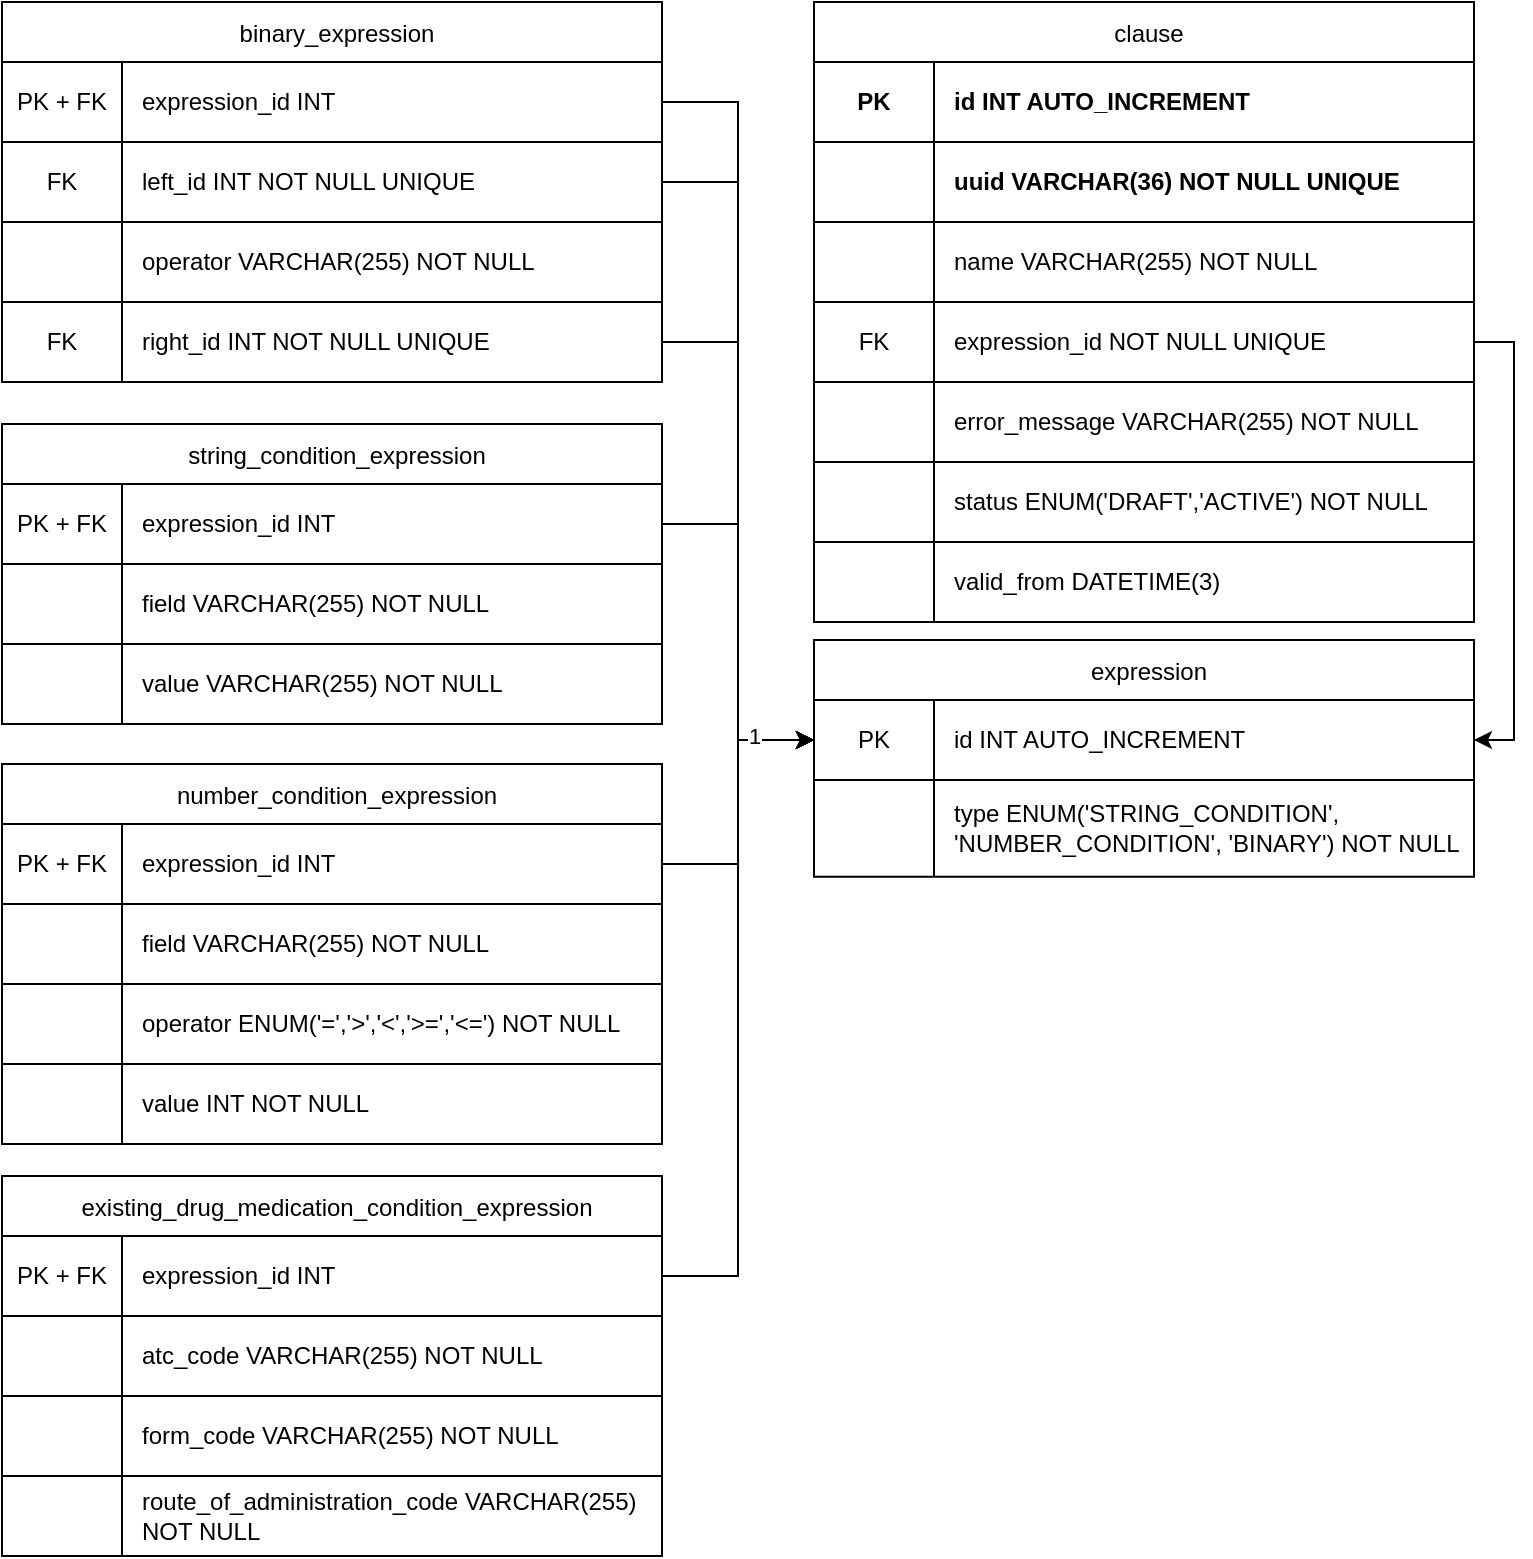
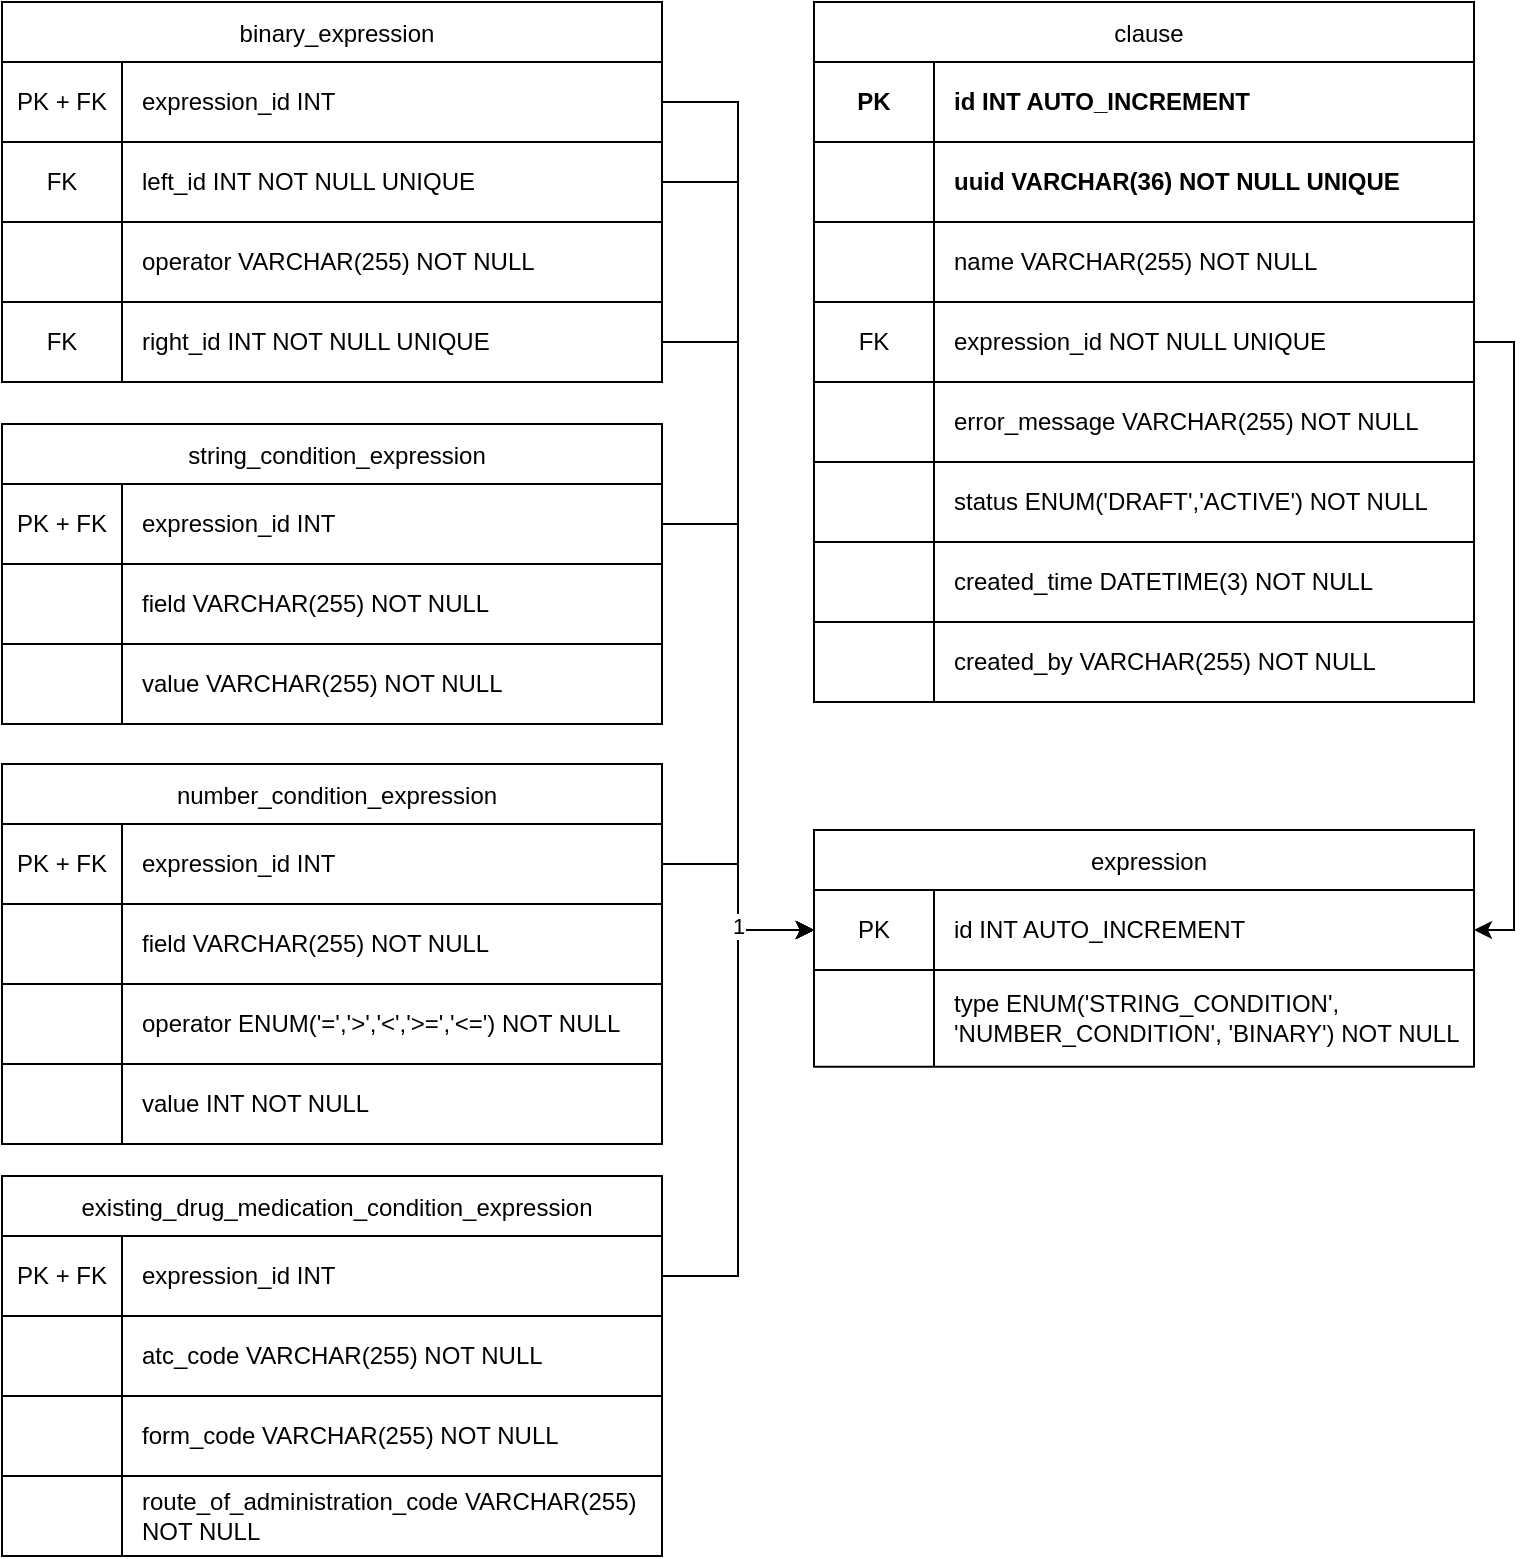
- <mxfile host="app.diagrams.net" agent="Mozilla/5.0 (X11; Linux x86_64) AppleWebKit/537.36 (KHTML, like Gecko) Chrome/143.0.0.0 Safari/537.36" version="29.2.3">
+ <mxfile host="app.diagrams.net" agent="Mozilla/5.0 (X11; Linux x86_64) AppleWebKit/537.36 (KHTML, like Gecko) Chrome/143.0.0.0 Safari/537.36">
  <diagram id="7F_64sF0arUiTO5O4h54" name="Page-1">
-     <mxGraphModel dx="2208" dy="1979" grid="1" gridSize="10" guides="1" tooltips="1" connect="1" arrows="1" fold="1" page="1" pageScale="1" pageWidth="850" pageHeight="1100" math="0" shadow="0">
+     <mxGraphModel dx="2267" dy="1899" grid="1" gridSize="10" guides="1" tooltips="1" connect="1" arrows="1" fold="1" page="1" pageScale="1" pageWidth="850" pageHeight="1100" math="0" shadow="0">
      <root>
        <mxCell id="0" />
        <mxCell id="1" parent="0" />
        <mxCell id="EGyKORMKwPyjAdOsHuXO-1" edge="1" parent="1" source="EGyKORMKwPyjAdOsHuXO-66" style="edgeStyle=orthogonalEdgeStyle;rounded=0;orthogonalLoop=1;jettySize=auto;html=1;entryX=0;entryY=0.5;entryDx=0;entryDy=0;exitX=1;exitY=0.5;exitDx=0;exitDy=0;" target="EGyKORMKwPyjAdOsHuXO-46">
          <mxGeometry relative="1" as="geometry">
            <mxPoint x="-14" y="-173" as="sourcePoint" />
            <mxPoint x="62" y="38" as="targetPoint" />
          </mxGeometry>
        </mxCell>
        <mxCell id="EGyKORMKwPyjAdOsHuXO-2" edge="1" parent="1" source="EGyKORMKwPyjAdOsHuXO-53" style="edgeStyle=orthogonalEdgeStyle;rounded=0;orthogonalLoop=1;jettySize=auto;html=1;exitX=1;exitY=0.5;exitDx=0;exitDy=0;entryX=0;entryY=0.5;entryDx=0;entryDy=0;" target="EGyKORMKwPyjAdOsHuXO-46">
          <mxGeometry relative="1" as="geometry">
            <mxPoint x="-193" y="31" as="sourcePoint" />
            <mxPoint x="-103" y="101" as="targetPoint" />
          </mxGeometry>
        </mxCell>
        <mxCell id="EGyKORMKwPyjAdOsHuXO-3" parent="1" style="shape=table;startSize=30;container=1;collapsible=0;childLayout=tableLayout;spacingLeft=5;" value="clause" vertex="1">
-           <mxGeometry height="310" width="330" x="-134" y="-270" as="geometry" />
+           <mxGeometry height="350" width="330" x="-134" y="-270" as="geometry" />
        </mxCell>
        <mxCell id="EGyKORMKwPyjAdOsHuXO-4" parent="EGyKORMKwPyjAdOsHuXO-3" style="shape=tableRow;horizontal=0;startSize=0;swimlaneHead=0;swimlaneBody=0;strokeColor=inherit;top=0;left=0;bottom=0;right=0;collapsible=0;dropTarget=0;fillColor=none;points=[[0,0.5],[1,0.5]];portConstraint=eastwest;fontStyle=1" value="" vertex="1">
          <mxGeometry height="40" width="330" y="30" as="geometry" />
        </mxCell>
        <mxCell id="EGyKORMKwPyjAdOsHuXO-5" parent="EGyKORMKwPyjAdOsHuXO-4" style="shape=partialRectangle;html=1;whiteSpace=wrap;connectable=0;strokeColor=inherit;overflow=hidden;fillColor=none;top=0;left=0;bottom=0;right=0;pointerEvents=1;fontStyle=1" value="PK" vertex="1">
          <mxGeometry height="40" width="60" as="geometry">
            <mxRectangle height="40" width="60" as="alternateBounds" />
          </mxGeometry>
        </mxCell>
        <mxCell id="EGyKORMKwPyjAdOsHuXO-6" parent="EGyKORMKwPyjAdOsHuXO-4" style="shape=partialRectangle;html=1;whiteSpace=wrap;connectable=0;strokeColor=inherit;overflow=hidden;fillColor=none;top=0;left=0;bottom=0;right=0;pointerEvents=1;align=left;spacingLeft=8;fontStyle=1" value="id INT AUTO_INCREMENT" vertex="1">
          <mxGeometry height="40" width="270" x="60" as="geometry">
            <mxRectangle height="40" width="270" as="alternateBounds" />
          </mxGeometry>
        </mxCell>
        <mxCell id="EGyKORMKwPyjAdOsHuXO-7" parent="EGyKORMKwPyjAdOsHuXO-3" style="shape=tableRow;horizontal=0;startSize=0;swimlaneHead=0;swimlaneBody=0;strokeColor=inherit;top=0;left=0;bottom=0;right=0;collapsible=0;dropTarget=0;fillColor=none;points=[[0,0.5],[1,0.5]];portConstraint=eastwest;fontStyle=1" value="" vertex="1">
          <mxGeometry height="40" width="330" y="70" as="geometry" />
        </mxCell>
        <mxCell id="EGyKORMKwPyjAdOsHuXO-8" parent="EGyKORMKwPyjAdOsHuXO-7" style="shape=partialRectangle;html=1;whiteSpace=wrap;connectable=0;strokeColor=inherit;overflow=hidden;fillColor=none;top=0;left=0;bottom=0;right=0;pointerEvents=1;fontStyle=1" value="" vertex="1">
          <mxGeometry height="40" width="60" as="geometry">
            <mxRectangle height="40" width="60" as="alternateBounds" />
          </mxGeometry>
        </mxCell>
        <mxCell id="EGyKORMKwPyjAdOsHuXO-9" parent="EGyKORMKwPyjAdOsHuXO-7" style="shape=partialRectangle;html=1;whiteSpace=wrap;connectable=0;strokeColor=inherit;overflow=hidden;fillColor=none;top=0;left=0;bottom=0;right=0;pointerEvents=1;align=left;spacingLeft=8;fontStyle=1" value="uuid VARCHAR(36) NOT NULL UNIQUE" vertex="1">
          <mxGeometry height="40" width="270" x="60" as="geometry">
            <mxRectangle height="40" width="270" as="alternateBounds" />
          </mxGeometry>
        </mxCell>
        <mxCell id="EGyKORMKwPyjAdOsHuXO-10" parent="EGyKORMKwPyjAdOsHuXO-3" style="shape=tableRow;horizontal=0;startSize=0;swimlaneHead=0;swimlaneBody=0;strokeColor=inherit;top=0;left=0;bottom=0;right=0;collapsible=0;dropTarget=0;fillColor=none;points=[[0,0.5],[1,0.5]];portConstraint=eastwest;" value="" vertex="1">
          <mxGeometry height="40" width="330" y="110" as="geometry" />
        </mxCell>
        <mxCell id="EGyKORMKwPyjAdOsHuXO-11" parent="EGyKORMKwPyjAdOsHuXO-10" style="shape=partialRectangle;html=1;whiteSpace=wrap;connectable=0;strokeColor=inherit;overflow=hidden;fillColor=none;top=0;left=0;bottom=0;right=0;pointerEvents=1;" value="" vertex="1">
          <mxGeometry height="40" width="60" as="geometry">
            <mxRectangle height="40" width="60" as="alternateBounds" />
          </mxGeometry>
        </mxCell>
        <mxCell id="EGyKORMKwPyjAdOsHuXO-12" parent="EGyKORMKwPyjAdOsHuXO-10" style="shape=partialRectangle;html=1;whiteSpace=wrap;connectable=0;strokeColor=inherit;overflow=hidden;fillColor=none;top=0;left=0;bottom=0;right=0;pointerEvents=1;align=left;spacingLeft=8;" value="name VARCHAR(255) NOT NULL" vertex="1">
          <mxGeometry height="40" width="270" x="60" as="geometry">
            <mxRectangle height="40" width="270" as="alternateBounds" />
          </mxGeometry>
        </mxCell>
        <mxCell id="EGyKORMKwPyjAdOsHuXO-13" parent="EGyKORMKwPyjAdOsHuXO-3" style="shape=tableRow;horizontal=0;startSize=0;swimlaneHead=0;swimlaneBody=0;strokeColor=inherit;top=0;left=0;bottom=0;right=0;collapsible=0;dropTarget=0;fillColor=none;points=[[0,0.5],[1,0.5]];portConstraint=eastwest;" vertex="1">
          <mxGeometry height="40" width="330" y="150" as="geometry" />
        </mxCell>
        <mxCell id="EGyKORMKwPyjAdOsHuXO-14" parent="EGyKORMKwPyjAdOsHuXO-13" style="shape=partialRectangle;html=1;whiteSpace=wrap;connectable=0;strokeColor=inherit;overflow=hidden;fillColor=none;top=0;left=0;bottom=0;right=0;pointerEvents=1;" value="FK" vertex="1">
          <mxGeometry height="40" width="60" as="geometry">
            <mxRectangle height="40" width="60" as="alternateBounds" />
          </mxGeometry>
        </mxCell>
        <mxCell id="EGyKORMKwPyjAdOsHuXO-15" parent="EGyKORMKwPyjAdOsHuXO-13" style="shape=partialRectangle;html=1;whiteSpace=wrap;connectable=0;strokeColor=inherit;overflow=hidden;fillColor=none;top=0;left=0;bottom=0;right=0;pointerEvents=1;align=left;spacingLeft=8;" value="expression_id NOT NULL UNIQUE&amp;nbsp;" vertex="1">
          <mxGeometry height="40" width="270" x="60" as="geometry">
            <mxRectangle height="40" width="270" as="alternateBounds" />
          </mxGeometry>
        </mxCell>
        <mxCell id="EGyKORMKwPyjAdOsHuXO-96" parent="EGyKORMKwPyjAdOsHuXO-3" style="shape=tableRow;horizontal=0;startSize=0;swimlaneHead=0;swimlaneBody=0;strokeColor=inherit;top=0;left=0;bottom=0;right=0;collapsible=0;dropTarget=0;fillColor=none;points=[[0,0.5],[1,0.5]];portConstraint=eastwest;" vertex="1">
          <mxGeometry height="40" width="330" y="190" as="geometry" />
        </mxCell>
        <mxCell id="EGyKORMKwPyjAdOsHuXO-97" parent="EGyKORMKwPyjAdOsHuXO-96" style="shape=partialRectangle;html=1;whiteSpace=wrap;connectable=0;strokeColor=inherit;overflow=hidden;fillColor=none;top=0;left=0;bottom=0;right=0;pointerEvents=1;" vertex="1">
          <mxGeometry height="40" width="60" as="geometry">
            <mxRectangle height="40" width="60" as="alternateBounds" />
          </mxGeometry>
        </mxCell>
        <mxCell id="EGyKORMKwPyjAdOsHuXO-98" parent="EGyKORMKwPyjAdOsHuXO-96" style="shape=partialRectangle;html=1;whiteSpace=wrap;connectable=0;strokeColor=inherit;overflow=hidden;fillColor=none;top=0;left=0;bottom=0;right=0;pointerEvents=1;align=left;spacingLeft=8;" value="error_message&amp;nbsp;VARCHAR(255) NOT NULL" vertex="1">
          <mxGeometry height="40" width="270" x="60" as="geometry">
            <mxRectangle height="40" width="270" as="alternateBounds" />
          </mxGeometry>
        </mxCell>
        <mxCell id="CnXexQU7FZI1wyA6zS32-4" parent="EGyKORMKwPyjAdOsHuXO-3" style="shape=tableRow;horizontal=0;startSize=0;swimlaneHead=0;swimlaneBody=0;strokeColor=inherit;top=0;left=0;bottom=0;right=0;collapsible=0;dropTarget=0;fillColor=none;points=[[0,0.5],[1,0.5]];portConstraint=eastwest;" vertex="1">
          <mxGeometry height="40" width="330" y="230" as="geometry" />
        </mxCell>
        <mxCell id="CnXexQU7FZI1wyA6zS32-5" parent="CnXexQU7FZI1wyA6zS32-4" style="shape=partialRectangle;html=1;whiteSpace=wrap;connectable=0;strokeColor=inherit;overflow=hidden;fillColor=none;top=0;left=0;bottom=0;right=0;pointerEvents=1;" vertex="1">
          <mxGeometry height="40" width="60" as="geometry">
            <mxRectangle height="40" width="60" as="alternateBounds" />
          </mxGeometry>
        </mxCell>
        <mxCell id="CnXexQU7FZI1wyA6zS32-6" parent="CnXexQU7FZI1wyA6zS32-4" style="shape=partialRectangle;html=1;whiteSpace=wrap;connectable=0;strokeColor=inherit;overflow=hidden;fillColor=none;top=0;left=0;bottom=0;right=0;pointerEvents=1;align=left;spacingLeft=8;" value="status ENUM(&#39;DRAFT&#39;,&#39;ACTIVE&#39;) NOT NULL" vertex="1">
          <mxGeometry height="40" width="270" x="60" as="geometry">
            <mxRectangle height="40" width="270" as="alternateBounds" />
          </mxGeometry>
        </mxCell>
        <mxCell id="EGyKORMKwPyjAdOsHuXO-99" parent="EGyKORMKwPyjAdOsHuXO-3" style="shape=tableRow;horizontal=0;startSize=0;swimlaneHead=0;swimlaneBody=0;strokeColor=inherit;top=0;left=0;bottom=0;right=0;collapsible=0;dropTarget=0;fillColor=none;points=[[0,0.5],[1,0.5]];portConstraint=eastwest;" vertex="1">
          <mxGeometry height="40" width="330" y="270" as="geometry" />
        </mxCell>
        <mxCell id="EGyKORMKwPyjAdOsHuXO-100" parent="EGyKORMKwPyjAdOsHuXO-99" style="shape=partialRectangle;html=1;whiteSpace=wrap;connectable=0;strokeColor=inherit;overflow=hidden;fillColor=none;top=0;left=0;bottom=0;right=0;pointerEvents=1;" vertex="1">
          <mxGeometry height="40" width="60" as="geometry">
            <mxRectangle height="40" width="60" as="alternateBounds" />
          </mxGeometry>
        </mxCell>
-         <mxCell id="EGyKORMKwPyjAdOsHuXO-101" parent="EGyKORMKwPyjAdOsHuXO-99" style="shape=partialRectangle;html=1;whiteSpace=wrap;connectable=0;strokeColor=inherit;overflow=hidden;fillColor=none;top=0;left=0;bottom=0;right=0;pointerEvents=1;align=left;spacingLeft=8;" value="valid_from DATETIME(3)" vertex="1">
+         <mxCell id="EGyKORMKwPyjAdOsHuXO-101" parent="EGyKORMKwPyjAdOsHuXO-99" style="shape=partialRectangle;html=1;whiteSpace=wrap;connectable=0;strokeColor=inherit;overflow=hidden;fillColor=none;top=0;left=0;bottom=0;right=0;pointerEvents=1;align=left;spacingLeft=8;" value="created_time DATETIME(3) NOT NULL" vertex="1">
+           <mxGeometry height="40" width="270" x="60" as="geometry">
+             <mxRectangle height="40" width="270" as="alternateBounds" />
+           </mxGeometry>
+         </mxCell>
+         <mxCell id="7BgaM_Ljug1f4XgBz2B6-1" parent="EGyKORMKwPyjAdOsHuXO-3" style="shape=tableRow;horizontal=0;startSize=0;swimlaneHead=0;swimlaneBody=0;strokeColor=inherit;top=0;left=0;bottom=0;right=0;collapsible=0;dropTarget=0;fillColor=none;points=[[0,0.5],[1,0.5]];portConstraint=eastwest;" vertex="1">
+           <mxGeometry height="40" width="330" y="310" as="geometry" />
+         </mxCell>
+         <mxCell id="7BgaM_Ljug1f4XgBz2B6-2" parent="7BgaM_Ljug1f4XgBz2B6-1" style="shape=partialRectangle;html=1;whiteSpace=wrap;connectable=0;strokeColor=inherit;overflow=hidden;fillColor=none;top=0;left=0;bottom=0;right=0;pointerEvents=1;" vertex="1">
+           <mxGeometry height="40" width="60" as="geometry">
+             <mxRectangle height="40" width="60" as="alternateBounds" />
+           </mxGeometry>
+         </mxCell>
+         <mxCell id="7BgaM_Ljug1f4XgBz2B6-3" parent="7BgaM_Ljug1f4XgBz2B6-1" style="shape=partialRectangle;html=1;whiteSpace=wrap;connectable=0;strokeColor=inherit;overflow=hidden;fillColor=none;top=0;left=0;bottom=0;right=0;pointerEvents=1;align=left;spacingLeft=8;" value="created_by VARCHAR(255) NOT NULL" vertex="1">
          <mxGeometry height="40" width="270" x="60" as="geometry">
            <mxRectangle height="40" width="270" as="alternateBounds" />
          </mxGeometry>
        </mxCell>
        <mxCell id="EGyKORMKwPyjAdOsHuXO-16" parent="1" style="shape=table;startSize=30;container=1;collapsible=0;childLayout=tableLayout;spacingLeft=5;" value="string_condition_expression" vertex="1">
          <mxGeometry height="150" width="330" x="-540" y="-59" as="geometry" />
        </mxCell>
        <mxCell id="EGyKORMKwPyjAdOsHuXO-17" parent="EGyKORMKwPyjAdOsHuXO-16" style="shape=tableRow;horizontal=0;startSize=0;swimlaneHead=0;swimlaneBody=0;strokeColor=inherit;top=0;left=0;bottom=0;right=0;collapsible=0;dropTarget=0;fillColor=none;points=[[0,0.5],[1,0.5]];portConstraint=eastwest;" value="" vertex="1">
          <mxGeometry height="40" width="330" y="30" as="geometry" />
        </mxCell>
        <mxCell id="EGyKORMKwPyjAdOsHuXO-18" parent="EGyKORMKwPyjAdOsHuXO-17" style="shape=partialRectangle;html=1;whiteSpace=wrap;connectable=0;strokeColor=inherit;overflow=hidden;fillColor=none;top=0;left=0;bottom=0;right=0;pointerEvents=1;" value="PK + FK" vertex="1">
          <mxGeometry height="40" width="60" as="geometry">
            <mxRectangle height="40" width="60" as="alternateBounds" />
          </mxGeometry>
        </mxCell>
        <mxCell id="EGyKORMKwPyjAdOsHuXO-19" parent="EGyKORMKwPyjAdOsHuXO-17" style="shape=partialRectangle;html=1;whiteSpace=wrap;connectable=0;strokeColor=inherit;overflow=hidden;fillColor=none;top=0;left=0;bottom=0;right=0;pointerEvents=1;align=left;spacingLeft=8;" value="expression_id INT" vertex="1">
          <mxGeometry height="40" width="270" x="60" as="geometry">
            <mxRectangle height="40" width="270" as="alternateBounds" />
          </mxGeometry>
        </mxCell>
        <mxCell id="EGyKORMKwPyjAdOsHuXO-20" parent="EGyKORMKwPyjAdOsHuXO-16" style="shape=tableRow;horizontal=0;startSize=0;swimlaneHead=0;swimlaneBody=0;strokeColor=inherit;top=0;left=0;bottom=0;right=0;collapsible=0;dropTarget=0;fillColor=none;points=[[0,0.5],[1,0.5]];portConstraint=eastwest;" value="" vertex="1">
          <mxGeometry height="40" width="330" y="70" as="geometry" />
        </mxCell>
        <mxCell id="EGyKORMKwPyjAdOsHuXO-21" parent="EGyKORMKwPyjAdOsHuXO-20" style="shape=partialRectangle;html=1;whiteSpace=wrap;connectable=0;strokeColor=inherit;overflow=hidden;fillColor=none;top=0;left=0;bottom=0;right=0;pointerEvents=1;" value="" vertex="1">
          <mxGeometry height="40" width="60" as="geometry">
            <mxRectangle height="40" width="60" as="alternateBounds" />
          </mxGeometry>
        </mxCell>
        <mxCell id="EGyKORMKwPyjAdOsHuXO-22" parent="EGyKORMKwPyjAdOsHuXO-20" style="shape=partialRectangle;html=1;whiteSpace=wrap;connectable=0;strokeColor=inherit;overflow=hidden;fillColor=none;top=0;left=0;bottom=0;right=0;pointerEvents=1;align=left;spacingLeft=8;" value="field VARCHAR(255) NOT NULL" vertex="1">
          <mxGeometry height="40" width="270" x="60" as="geometry">
            <mxRectangle height="40" width="270" as="alternateBounds" />
          </mxGeometry>
        </mxCell>
        <mxCell id="EGyKORMKwPyjAdOsHuXO-23" parent="EGyKORMKwPyjAdOsHuXO-16" style="shape=tableRow;horizontal=0;startSize=0;swimlaneHead=0;swimlaneBody=0;strokeColor=inherit;top=0;left=0;bottom=0;right=0;collapsible=0;dropTarget=0;fillColor=none;points=[[0,0.5],[1,0.5]];portConstraint=eastwest;" value="" vertex="1">
          <mxGeometry height="40" width="330" y="110" as="geometry" />
        </mxCell>
        <mxCell id="EGyKORMKwPyjAdOsHuXO-24" parent="EGyKORMKwPyjAdOsHuXO-23" style="shape=partialRectangle;html=1;whiteSpace=wrap;connectable=0;strokeColor=inherit;overflow=hidden;fillColor=none;top=0;left=0;bottom=0;right=0;pointerEvents=1;" value="" vertex="1">
          <mxGeometry height="40" width="60" as="geometry">
            <mxRectangle height="40" width="60" as="alternateBounds" />
          </mxGeometry>
        </mxCell>
        <mxCell id="EGyKORMKwPyjAdOsHuXO-25" parent="EGyKORMKwPyjAdOsHuXO-23" style="shape=partialRectangle;html=1;whiteSpace=wrap;connectable=0;strokeColor=inherit;overflow=hidden;fillColor=none;top=0;left=0;bottom=0;right=0;pointerEvents=1;align=left;spacingLeft=8;" value="value VARCHAR(255) NOT NULL" vertex="1">
          <mxGeometry height="40" width="270" x="60" as="geometry">
            <mxRectangle height="40" width="270" as="alternateBounds" />
          </mxGeometry>
        </mxCell>
        <mxCell id="EGyKORMKwPyjAdOsHuXO-26" edge="1" parent="1" source="EGyKORMKwPyjAdOsHuXO-17" style="edgeStyle=orthogonalEdgeStyle;rounded=0;orthogonalLoop=1;jettySize=auto;html=1;entryX=0;entryY=0.5;entryDx=0;entryDy=0;" target="EGyKORMKwPyjAdOsHuXO-46">
          <mxGeometry relative="1" as="geometry" />
        </mxCell>
        <mxCell id="EGyKORMKwPyjAdOsHuXO-27" parent="1" style="shape=table;startSize=30;container=1;collapsible=0;childLayout=tableLayout;spacingLeft=5;" value="binary_expression" vertex="1">
          <mxGeometry height="190" width="330" x="-540" y="-270" as="geometry" />
        </mxCell>
        <mxCell id="EGyKORMKwPyjAdOsHuXO-28" parent="EGyKORMKwPyjAdOsHuXO-27" style="shape=tableRow;horizontal=0;startSize=0;swimlaneHead=0;swimlaneBody=0;strokeColor=inherit;top=0;left=0;bottom=0;right=0;collapsible=0;dropTarget=0;fillColor=none;points=[[0,0.5],[1,0.5]];portConstraint=eastwest;" value="" vertex="1">
          <mxGeometry height="40" width="330" y="30" as="geometry" />
        </mxCell>
        <mxCell id="EGyKORMKwPyjAdOsHuXO-29" parent="EGyKORMKwPyjAdOsHuXO-28" style="shape=partialRectangle;html=1;whiteSpace=wrap;connectable=0;strokeColor=inherit;overflow=hidden;fillColor=none;top=0;left=0;bottom=0;right=0;pointerEvents=1;" value="PK + FK" vertex="1">
          <mxGeometry height="40" width="60" as="geometry">
            <mxRectangle height="40" width="60" as="alternateBounds" />
          </mxGeometry>
        </mxCell>
        <mxCell id="EGyKORMKwPyjAdOsHuXO-30" parent="EGyKORMKwPyjAdOsHuXO-28" style="shape=partialRectangle;html=1;whiteSpace=wrap;connectable=0;strokeColor=inherit;overflow=hidden;fillColor=none;top=0;left=0;bottom=0;right=0;pointerEvents=1;align=left;spacingLeft=8;" value="expression_id INT" vertex="1">
          <mxGeometry height="40" width="270" x="60" as="geometry">
            <mxRectangle height="40" width="270" as="alternateBounds" />
          </mxGeometry>
        </mxCell>
        <mxCell id="EGyKORMKwPyjAdOsHuXO-31" parent="EGyKORMKwPyjAdOsHuXO-27" style="shape=tableRow;horizontal=0;startSize=0;swimlaneHead=0;swimlaneBody=0;strokeColor=inherit;top=0;left=0;bottom=0;right=0;collapsible=0;dropTarget=0;fillColor=none;points=[[0,0.5],[1,0.5]];portConstraint=eastwest;" value="" vertex="1">
          <mxGeometry height="40" width="330" y="70" as="geometry" />
        </mxCell>
        <mxCell id="EGyKORMKwPyjAdOsHuXO-32" parent="EGyKORMKwPyjAdOsHuXO-31" style="shape=partialRectangle;html=1;whiteSpace=wrap;connectable=0;strokeColor=inherit;overflow=hidden;fillColor=none;top=0;left=0;bottom=0;right=0;pointerEvents=1;" value="FK" vertex="1">
          <mxGeometry height="40" width="60" as="geometry">
            <mxRectangle height="40" width="60" as="alternateBounds" />
          </mxGeometry>
        </mxCell>
        <mxCell id="EGyKORMKwPyjAdOsHuXO-33" parent="EGyKORMKwPyjAdOsHuXO-31" style="shape=partialRectangle;html=1;whiteSpace=wrap;connectable=0;strokeColor=inherit;overflow=hidden;fillColor=none;top=0;left=0;bottom=0;right=0;pointerEvents=1;align=left;spacingLeft=8;" value="left_id&amp;nbsp;INT NOT NULL UNIQUE" vertex="1">
          <mxGeometry height="40" width="270" x="60" as="geometry">
            <mxRectangle height="40" width="270" as="alternateBounds" />
          </mxGeometry>
        </mxCell>
        <mxCell id="EGyKORMKwPyjAdOsHuXO-34" parent="EGyKORMKwPyjAdOsHuXO-27" style="shape=tableRow;horizontal=0;startSize=0;swimlaneHead=0;swimlaneBody=0;strokeColor=inherit;top=0;left=0;bottom=0;right=0;collapsible=0;dropTarget=0;fillColor=none;points=[[0,0.5],[1,0.5]];portConstraint=eastwest;" value="" vertex="1">
          <mxGeometry height="40" width="330" y="110" as="geometry" />
        </mxCell>
        <mxCell id="EGyKORMKwPyjAdOsHuXO-35" parent="EGyKORMKwPyjAdOsHuXO-34" style="shape=partialRectangle;html=1;whiteSpace=wrap;connectable=0;strokeColor=inherit;overflow=hidden;fillColor=none;top=0;left=0;bottom=0;right=0;pointerEvents=1;" value="" vertex="1">
          <mxGeometry height="40" width="60" as="geometry">
            <mxRectangle height="40" width="60" as="alternateBounds" />
          </mxGeometry>
        </mxCell>
        <mxCell id="EGyKORMKwPyjAdOsHuXO-36" parent="EGyKORMKwPyjAdOsHuXO-34" style="shape=partialRectangle;html=1;whiteSpace=wrap;connectable=0;strokeColor=inherit;overflow=hidden;fillColor=none;top=0;left=0;bottom=0;right=0;pointerEvents=1;align=left;spacingLeft=8;" value="operator VARCHAR(255) NOT NULL" vertex="1">
          <mxGeometry height="40" width="270" x="60" as="geometry">
            <mxRectangle height="40" width="270" as="alternateBounds" />
          </mxGeometry>
        </mxCell>
        <mxCell id="EGyKORMKwPyjAdOsHuXO-37" parent="EGyKORMKwPyjAdOsHuXO-27" style="shape=tableRow;horizontal=0;startSize=0;swimlaneHead=0;swimlaneBody=0;strokeColor=inherit;top=0;left=0;bottom=0;right=0;collapsible=0;dropTarget=0;fillColor=none;points=[[0,0.5],[1,0.5]];portConstraint=eastwest;" vertex="1">
          <mxGeometry height="40" width="330" y="150" as="geometry" />
        </mxCell>
        <mxCell id="EGyKORMKwPyjAdOsHuXO-38" parent="EGyKORMKwPyjAdOsHuXO-37" style="shape=partialRectangle;html=1;whiteSpace=wrap;connectable=0;strokeColor=inherit;overflow=hidden;fillColor=none;top=0;left=0;bottom=0;right=0;pointerEvents=1;" value="FK" vertex="1">
          <mxGeometry height="40" width="60" as="geometry">
            <mxRectangle height="40" width="60" as="alternateBounds" />
          </mxGeometry>
        </mxCell>
        <mxCell id="EGyKORMKwPyjAdOsHuXO-39" parent="EGyKORMKwPyjAdOsHuXO-37" style="shape=partialRectangle;html=1;whiteSpace=wrap;connectable=0;strokeColor=inherit;overflow=hidden;fillColor=none;top=0;left=0;bottom=0;right=0;pointerEvents=1;align=left;spacingLeft=8;" value="right_id&amp;nbsp;INT NOT NULL UNIQUE" vertex="1">
          <mxGeometry height="40" width="270" x="60" as="geometry">
            <mxRectangle height="40" width="270" as="alternateBounds" />
          </mxGeometry>
        </mxCell>
        <mxCell id="EGyKORMKwPyjAdOsHuXO-40" edge="1" parent="1" source="EGyKORMKwPyjAdOsHuXO-28" style="edgeStyle=orthogonalEdgeStyle;rounded=0;orthogonalLoop=1;jettySize=auto;html=1;entryX=0;entryY=0.5;entryDx=0;entryDy=0;" target="EGyKORMKwPyjAdOsHuXO-46">
          <mxGeometry relative="1" as="geometry" />
        </mxCell>
        <mxCell id="EGyKORMKwPyjAdOsHuXO-41" edge="1" parent="1" source="EGyKORMKwPyjAdOsHuXO-37" style="edgeStyle=orthogonalEdgeStyle;rounded=0;orthogonalLoop=1;jettySize=auto;html=1;entryX=0;entryY=0.5;entryDx=0;entryDy=0;" target="EGyKORMKwPyjAdOsHuXO-46">
          <mxGeometry relative="1" as="geometry">
            <mxPoint x="55" y="-119" as="targetPoint" />
          </mxGeometry>
        </mxCell>
        <mxCell id="EGyKORMKwPyjAdOsHuXO-42" edge="1" parent="1" source="EGyKORMKwPyjAdOsHuXO-31" style="edgeStyle=orthogonalEdgeStyle;rounded=0;orthogonalLoop=1;jettySize=auto;html=1;exitX=1;exitY=0.5;exitDx=0;exitDy=0;entryX=0;entryY=0.5;entryDx=0;entryDy=0;" target="EGyKORMKwPyjAdOsHuXO-46">
          <mxGeometry relative="1" as="geometry" />
        </mxCell>
        <mxCell id="EGyKORMKwPyjAdOsHuXO-43" connectable="0" parent="EGyKORMKwPyjAdOsHuXO-42" style="edgeLabel;html=1;align=center;verticalAlign=middle;resizable=0;points=[];" value="1" vertex="1">
          <mxGeometry relative="1" x="0.8322" y="2" as="geometry">
            <mxPoint as="offset" />
          </mxGeometry>
        </mxCell>
        <mxCell id="EGyKORMKwPyjAdOsHuXO-44" edge="1" parent="1" source="EGyKORMKwPyjAdOsHuXO-13" style="edgeStyle=orthogonalEdgeStyle;rounded=0;orthogonalLoop=1;jettySize=auto;html=1;exitX=1;exitY=0.5;exitDx=0;exitDy=0;entryX=1;entryY=0.5;entryDx=0;entryDy=0;" target="EGyKORMKwPyjAdOsHuXO-46">
          <mxGeometry relative="1" as="geometry" />
        </mxCell>
        <mxCell id="EGyKORMKwPyjAdOsHuXO-45" parent="1" style="shape=table;startSize=30;container=1;collapsible=0;childLayout=tableLayout;spacingLeft=5;" value="expression" vertex="1">
-           <mxGeometry height="118.33333333333326" width="330" x="-134" y="49" as="geometry" />
+           <mxGeometry height="118.33333333333326" width="330" x="-134" y="144" as="geometry" />
        </mxCell>
        <mxCell id="EGyKORMKwPyjAdOsHuXO-46" parent="EGyKORMKwPyjAdOsHuXO-45" style="shape=tableRow;horizontal=0;startSize=0;swimlaneHead=0;swimlaneBody=0;strokeColor=inherit;top=0;left=0;bottom=0;right=0;collapsible=0;dropTarget=0;fillColor=none;points=[[0,0.5],[1,0.5]];portConstraint=eastwest;fontStyle=1" value="" vertex="1">
          <mxGeometry height="40" width="330" y="30" as="geometry" />
        </mxCell>
        <mxCell id="EGyKORMKwPyjAdOsHuXO-47" parent="EGyKORMKwPyjAdOsHuXO-46" style="shape=partialRectangle;html=1;whiteSpace=wrap;connectable=0;strokeColor=inherit;overflow=hidden;fillColor=none;top=0;left=0;bottom=0;right=0;pointerEvents=1;fontStyle=1" value="&lt;span style=&quot;font-weight: 400;&quot;&gt;PK&lt;/span&gt;" vertex="1">
          <mxGeometry height="40" width="60" as="geometry">
            <mxRectangle height="40" width="60" as="alternateBounds" />
          </mxGeometry>
        </mxCell>
        <mxCell id="EGyKORMKwPyjAdOsHuXO-48" parent="EGyKORMKwPyjAdOsHuXO-46" style="shape=partialRectangle;html=1;whiteSpace=wrap;connectable=0;strokeColor=inherit;overflow=hidden;fillColor=none;top=0;left=0;bottom=0;right=0;pointerEvents=1;align=left;spacingLeft=8;fontStyle=1" value="&lt;span style=&quot;font-weight: 400;&quot;&gt;id INT AUTO_INCREMENT&lt;/span&gt;" vertex="1">
          <mxGeometry height="40" width="270" x="60" as="geometry">
            <mxRectangle height="40" width="270" as="alternateBounds" />
          </mxGeometry>
        </mxCell>
        <mxCell id="EGyKORMKwPyjAdOsHuXO-49" parent="EGyKORMKwPyjAdOsHuXO-45" style="shape=tableRow;horizontal=0;startSize=0;swimlaneHead=0;swimlaneBody=0;strokeColor=inherit;top=0;left=0;bottom=0;right=0;collapsible=0;dropTarget=0;fillColor=none;points=[[0,0.5],[1,0.5]];portConstraint=eastwest;fontStyle=1" value="" vertex="1">
          <mxGeometry height="48" width="330" y="70" as="geometry" />
        </mxCell>
        <mxCell id="EGyKORMKwPyjAdOsHuXO-50" parent="EGyKORMKwPyjAdOsHuXO-49" style="shape=partialRectangle;html=1;whiteSpace=wrap;connectable=0;strokeColor=inherit;overflow=hidden;fillColor=none;top=0;left=0;bottom=0;right=0;pointerEvents=1;fontStyle=1" value="" vertex="1">
          <mxGeometry height="48" width="60" as="geometry">
            <mxRectangle height="48" width="60" as="alternateBounds" />
          </mxGeometry>
        </mxCell>
        <mxCell id="EGyKORMKwPyjAdOsHuXO-51" parent="EGyKORMKwPyjAdOsHuXO-49" style="shape=partialRectangle;html=1;whiteSpace=wrap;connectable=0;strokeColor=inherit;overflow=hidden;fillColor=none;top=0;left=0;bottom=0;right=0;pointerEvents=1;align=left;spacingLeft=8;fontStyle=1" value="&lt;span style=&quot;font-weight: normal;&quot;&gt;type ENUM(&#39;STRING_CONDITION&#39;, &#39;NUMBER_CONDITION&#39;, &#39;BINARY&#39;) NOT NULL&lt;/span&gt;" vertex="1">
          <mxGeometry height="48" width="270" x="60" as="geometry">
            <mxRectangle height="48" width="270" as="alternateBounds" />
          </mxGeometry>
        </mxCell>
        <mxCell id="EGyKORMKwPyjAdOsHuXO-52" parent="1" style="shape=table;startSize=30;container=1;collapsible=0;childLayout=tableLayout;spacingLeft=5;" value="number_condition_expression" vertex="1">
          <mxGeometry height="190" width="330" x="-540" y="111" as="geometry" />
        </mxCell>
        <mxCell id="EGyKORMKwPyjAdOsHuXO-53" parent="EGyKORMKwPyjAdOsHuXO-52" style="shape=tableRow;horizontal=0;startSize=0;swimlaneHead=0;swimlaneBody=0;strokeColor=inherit;top=0;left=0;bottom=0;right=0;collapsible=0;dropTarget=0;fillColor=none;points=[[0,0.5],[1,0.5]];portConstraint=eastwest;" value="" vertex="1">
          <mxGeometry height="40" width="330" y="30" as="geometry" />
        </mxCell>
        <mxCell id="EGyKORMKwPyjAdOsHuXO-54" parent="EGyKORMKwPyjAdOsHuXO-53" style="shape=partialRectangle;html=1;whiteSpace=wrap;connectable=0;strokeColor=inherit;overflow=hidden;fillColor=none;top=0;left=0;bottom=0;right=0;pointerEvents=1;" value="PK + FK" vertex="1">
          <mxGeometry height="40" width="60" as="geometry">
            <mxRectangle height="40" width="60" as="alternateBounds" />
          </mxGeometry>
        </mxCell>
        <mxCell id="EGyKORMKwPyjAdOsHuXO-55" parent="EGyKORMKwPyjAdOsHuXO-53" style="shape=partialRectangle;html=1;whiteSpace=wrap;connectable=0;strokeColor=inherit;overflow=hidden;fillColor=none;top=0;left=0;bottom=0;right=0;pointerEvents=1;align=left;spacingLeft=8;" value="expression_id INT" vertex="1">
          <mxGeometry height="40" width="270" x="60" as="geometry">
            <mxRectangle height="40" width="270" as="alternateBounds" />
          </mxGeometry>
        </mxCell>
        <mxCell id="EGyKORMKwPyjAdOsHuXO-56" parent="EGyKORMKwPyjAdOsHuXO-52" style="shape=tableRow;horizontal=0;startSize=0;swimlaneHead=0;swimlaneBody=0;strokeColor=inherit;top=0;left=0;bottom=0;right=0;collapsible=0;dropTarget=0;fillColor=none;points=[[0,0.5],[1,0.5]];portConstraint=eastwest;" value="" vertex="1">
          <mxGeometry height="40" width="330" y="70" as="geometry" />
        </mxCell>
        <mxCell id="EGyKORMKwPyjAdOsHuXO-57" parent="EGyKORMKwPyjAdOsHuXO-56" style="shape=partialRectangle;html=1;whiteSpace=wrap;connectable=0;strokeColor=inherit;overflow=hidden;fillColor=none;top=0;left=0;bottom=0;right=0;pointerEvents=1;" value="" vertex="1">
          <mxGeometry height="40" width="60" as="geometry">
            <mxRectangle height="40" width="60" as="alternateBounds" />
          </mxGeometry>
        </mxCell>
        <mxCell id="EGyKORMKwPyjAdOsHuXO-58" parent="EGyKORMKwPyjAdOsHuXO-56" style="shape=partialRectangle;html=1;whiteSpace=wrap;connectable=0;strokeColor=inherit;overflow=hidden;fillColor=none;top=0;left=0;bottom=0;right=0;pointerEvents=1;align=left;spacingLeft=8;" value="field VARCHAR(255) NOT NULL" vertex="1">
          <mxGeometry height="40" width="270" x="60" as="geometry">
            <mxRectangle height="40" width="270" as="alternateBounds" />
          </mxGeometry>
        </mxCell>
        <mxCell id="EGyKORMKwPyjAdOsHuXO-59" parent="EGyKORMKwPyjAdOsHuXO-52" style="shape=tableRow;horizontal=0;startSize=0;swimlaneHead=0;swimlaneBody=0;strokeColor=inherit;top=0;left=0;bottom=0;right=0;collapsible=0;dropTarget=0;fillColor=none;points=[[0,0.5],[1,0.5]];portConstraint=eastwest;" value="" vertex="1">
          <mxGeometry height="40" width="330" y="110" as="geometry" />
        </mxCell>
        <mxCell id="EGyKORMKwPyjAdOsHuXO-60" parent="EGyKORMKwPyjAdOsHuXO-59" style="shape=partialRectangle;html=1;whiteSpace=wrap;connectable=0;strokeColor=inherit;overflow=hidden;fillColor=none;top=0;left=0;bottom=0;right=0;pointerEvents=1;" value="" vertex="1">
          <mxGeometry height="40" width="60" as="geometry">
            <mxRectangle height="40" width="60" as="alternateBounds" />
          </mxGeometry>
        </mxCell>
        <mxCell id="EGyKORMKwPyjAdOsHuXO-61" parent="EGyKORMKwPyjAdOsHuXO-59" style="shape=partialRectangle;html=1;whiteSpace=wrap;connectable=0;strokeColor=inherit;overflow=hidden;fillColor=none;top=0;left=0;bottom=0;right=0;pointerEvents=1;align=left;spacingLeft=8;" value="operator ENUM(&#39;=&#39;,&#39;&amp;gt;&#39;,&#39;&amp;lt;&#39;,&#39;&amp;gt;=&#39;,&#39;&amp;lt;=&#39;) NOT NULL" vertex="1">
          <mxGeometry height="40" width="270" x="60" as="geometry">
            <mxRectangle height="40" width="270" as="alternateBounds" />
          </mxGeometry>
        </mxCell>
        <mxCell id="EGyKORMKwPyjAdOsHuXO-62" parent="EGyKORMKwPyjAdOsHuXO-52" style="shape=tableRow;horizontal=0;startSize=0;swimlaneHead=0;swimlaneBody=0;strokeColor=inherit;top=0;left=0;bottom=0;right=0;collapsible=0;dropTarget=0;fillColor=none;points=[[0,0.5],[1,0.5]];portConstraint=eastwest;" vertex="1">
          <mxGeometry height="40" width="330" y="150" as="geometry" />
        </mxCell>
        <mxCell id="EGyKORMKwPyjAdOsHuXO-63" parent="EGyKORMKwPyjAdOsHuXO-62" style="shape=partialRectangle;html=1;whiteSpace=wrap;connectable=0;strokeColor=inherit;overflow=hidden;fillColor=none;top=0;left=0;bottom=0;right=0;pointerEvents=1;" value="" vertex="1">
          <mxGeometry height="40" width="60" as="geometry">
            <mxRectangle height="40" width="60" as="alternateBounds" />
          </mxGeometry>
        </mxCell>
        <mxCell id="EGyKORMKwPyjAdOsHuXO-64" parent="EGyKORMKwPyjAdOsHuXO-62" style="shape=partialRectangle;html=1;whiteSpace=wrap;connectable=0;strokeColor=inherit;overflow=hidden;fillColor=none;top=0;left=0;bottom=0;right=0;pointerEvents=1;align=left;spacingLeft=8;" value="value INT NOT NULL" vertex="1">
          <mxGeometry height="40" width="270" x="60" as="geometry">
            <mxRectangle height="40" width="270" as="alternateBounds" />
          </mxGeometry>
        </mxCell>
        <mxCell id="EGyKORMKwPyjAdOsHuXO-65" parent="1" style="shape=table;startSize=30;container=1;collapsible=0;childLayout=tableLayout;spacingLeft=5;" value="existing_drug_medication_condition_expression" vertex="1">
          <mxGeometry height="190" width="330" x="-540" y="317" as="geometry" />
        </mxCell>
        <mxCell id="EGyKORMKwPyjAdOsHuXO-66" parent="EGyKORMKwPyjAdOsHuXO-65" style="shape=tableRow;horizontal=0;startSize=0;swimlaneHead=0;swimlaneBody=0;strokeColor=inherit;top=0;left=0;bottom=0;right=0;collapsible=0;dropTarget=0;fillColor=none;points=[[0,0.5],[1,0.5]];portConstraint=eastwest;" value="" vertex="1">
          <mxGeometry height="40" width="330" y="30" as="geometry" />
        </mxCell>
        <mxCell id="EGyKORMKwPyjAdOsHuXO-67" parent="EGyKORMKwPyjAdOsHuXO-66" style="shape=partialRectangle;html=1;whiteSpace=wrap;connectable=0;strokeColor=inherit;overflow=hidden;fillColor=none;top=0;left=0;bottom=0;right=0;pointerEvents=1;" value="PK + FK" vertex="1">
          <mxGeometry height="40" width="60" as="geometry">
            <mxRectangle height="40" width="60" as="alternateBounds" />
          </mxGeometry>
        </mxCell>
        <mxCell id="EGyKORMKwPyjAdOsHuXO-68" parent="EGyKORMKwPyjAdOsHuXO-66" style="shape=partialRectangle;html=1;whiteSpace=wrap;connectable=0;strokeColor=inherit;overflow=hidden;fillColor=none;top=0;left=0;bottom=0;right=0;pointerEvents=1;align=left;spacingLeft=8;" value="expression_id INT" vertex="1">
          <mxGeometry height="40" width="270" x="60" as="geometry">
            <mxRectangle height="40" width="270" as="alternateBounds" />
          </mxGeometry>
        </mxCell>
        <mxCell id="EGyKORMKwPyjAdOsHuXO-69" parent="EGyKORMKwPyjAdOsHuXO-65" style="shape=tableRow;horizontal=0;startSize=0;swimlaneHead=0;swimlaneBody=0;strokeColor=inherit;top=0;left=0;bottom=0;right=0;collapsible=0;dropTarget=0;fillColor=none;points=[[0,0.5],[1,0.5]];portConstraint=eastwest;" value="" vertex="1">
          <mxGeometry height="40" width="330" y="70" as="geometry" />
        </mxCell>
        <mxCell id="EGyKORMKwPyjAdOsHuXO-70" parent="EGyKORMKwPyjAdOsHuXO-69" style="shape=partialRectangle;html=1;whiteSpace=wrap;connectable=0;strokeColor=inherit;overflow=hidden;fillColor=none;top=0;left=0;bottom=0;right=0;pointerEvents=1;" value="" vertex="1">
          <mxGeometry height="40" width="60" as="geometry">
            <mxRectangle height="40" width="60" as="alternateBounds" />
          </mxGeometry>
        </mxCell>
        <mxCell id="EGyKORMKwPyjAdOsHuXO-71" parent="EGyKORMKwPyjAdOsHuXO-69" style="shape=partialRectangle;html=1;whiteSpace=wrap;connectable=0;strokeColor=inherit;overflow=hidden;fillColor=none;top=0;left=0;bottom=0;right=0;pointerEvents=1;align=left;spacingLeft=8;" value="atc_code&amp;nbsp;VARCHAR(255) NOT NULL" vertex="1">
          <mxGeometry height="40" width="270" x="60" as="geometry">
            <mxRectangle height="40" width="270" as="alternateBounds" />
          </mxGeometry>
        </mxCell>
        <mxCell id="EGyKORMKwPyjAdOsHuXO-72" parent="EGyKORMKwPyjAdOsHuXO-65" style="shape=tableRow;horizontal=0;startSize=0;swimlaneHead=0;swimlaneBody=0;strokeColor=inherit;top=0;left=0;bottom=0;right=0;collapsible=0;dropTarget=0;fillColor=none;points=[[0,0.5],[1,0.5]];portConstraint=eastwest;" value="" vertex="1">
          <mxGeometry height="40" width="330" y="110" as="geometry" />
        </mxCell>
        <mxCell id="EGyKORMKwPyjAdOsHuXO-73" parent="EGyKORMKwPyjAdOsHuXO-72" style="shape=partialRectangle;html=1;whiteSpace=wrap;connectable=0;strokeColor=inherit;overflow=hidden;fillColor=none;top=0;left=0;bottom=0;right=0;pointerEvents=1;" value="" vertex="1">
          <mxGeometry height="40" width="60" as="geometry">
            <mxRectangle height="40" width="60" as="alternateBounds" />
          </mxGeometry>
        </mxCell>
        <mxCell id="EGyKORMKwPyjAdOsHuXO-74" parent="EGyKORMKwPyjAdOsHuXO-72" style="shape=partialRectangle;html=1;whiteSpace=wrap;connectable=0;strokeColor=inherit;overflow=hidden;fillColor=none;top=0;left=0;bottom=0;right=0;pointerEvents=1;align=left;spacingLeft=8;" value="form_code&amp;nbsp;VARCHAR(255) NOT NULL" vertex="1">
          <mxGeometry height="40" width="270" x="60" as="geometry">
            <mxRectangle height="40" width="270" as="alternateBounds" />
          </mxGeometry>
        </mxCell>
        <mxCell id="EGyKORMKwPyjAdOsHuXO-75" parent="EGyKORMKwPyjAdOsHuXO-65" style="shape=tableRow;horizontal=0;startSize=0;swimlaneHead=0;swimlaneBody=0;strokeColor=inherit;top=0;left=0;bottom=0;right=0;collapsible=0;dropTarget=0;fillColor=none;points=[[0,0.5],[1,0.5]];portConstraint=eastwest;" vertex="1">
          <mxGeometry height="40" width="330" y="150" as="geometry" />
        </mxCell>
        <mxCell id="EGyKORMKwPyjAdOsHuXO-76" parent="EGyKORMKwPyjAdOsHuXO-75" style="shape=partialRectangle;html=1;whiteSpace=wrap;connectable=0;strokeColor=inherit;overflow=hidden;fillColor=none;top=0;left=0;bottom=0;right=0;pointerEvents=1;" value="" vertex="1">
          <mxGeometry height="40" width="60" as="geometry">
            <mxRectangle height="40" width="60" as="alternateBounds" />
          </mxGeometry>
        </mxCell>
        <mxCell id="EGyKORMKwPyjAdOsHuXO-77" parent="EGyKORMKwPyjAdOsHuXO-75" style="shape=partialRectangle;html=1;whiteSpace=wrap;connectable=0;strokeColor=inherit;overflow=hidden;fillColor=none;top=0;left=0;bottom=0;right=0;pointerEvents=1;align=left;spacingLeft=8;" value="route_of_administration_code VARCHAR(255) NOT NULL" vertex="1">
          <mxGeometry height="40" width="270" x="60" as="geometry">
            <mxRectangle height="40" width="270" as="alternateBounds" />
          </mxGeometry>
        </mxCell>
      </root>
    </mxGraphModel>
  </diagram>
</mxfile>
